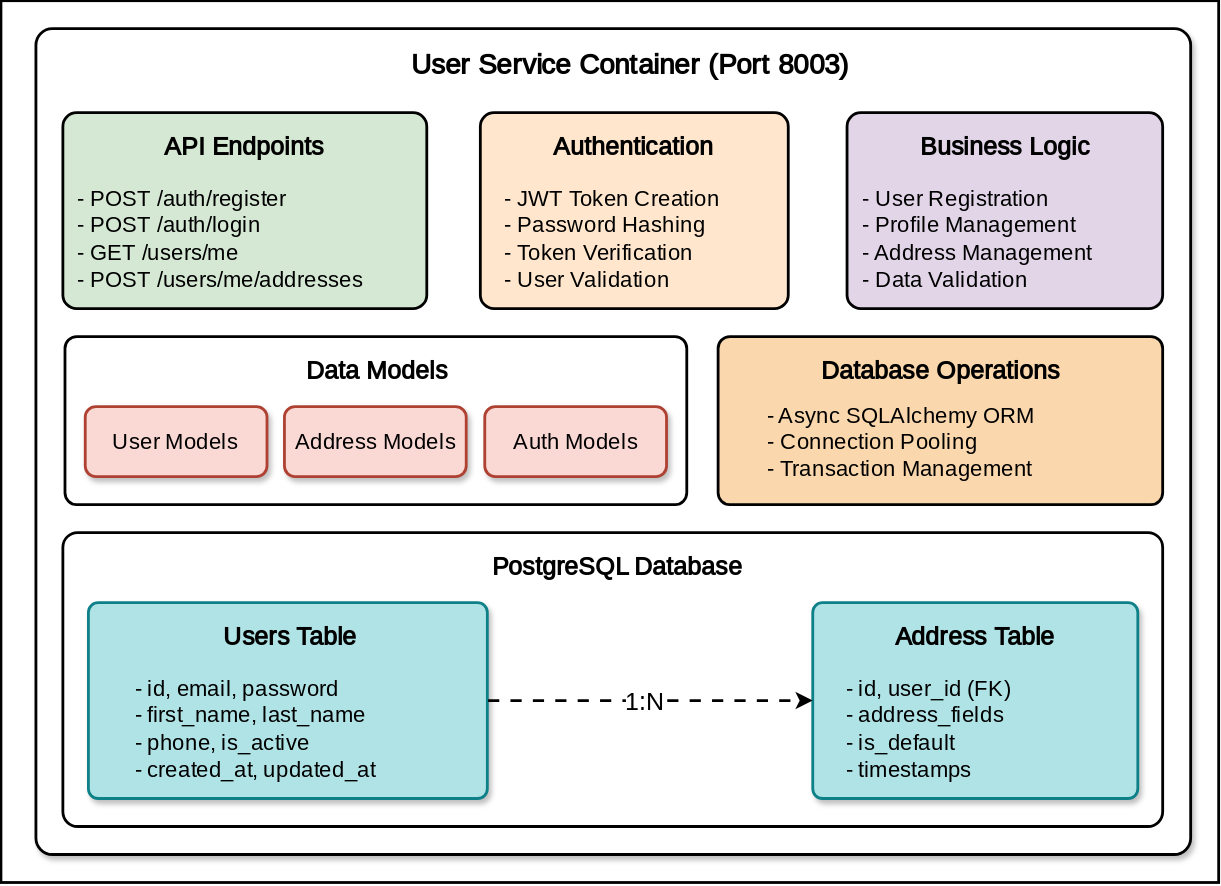
The draw.io diagram images/user-service.svg in AhnafNabil/E-commerce-Microservices, before a commit. Source tidied: cells renumbered, new cells last; positions are measured from the earlier drawing's top-left corner, leaving out a move shared by most shapes.
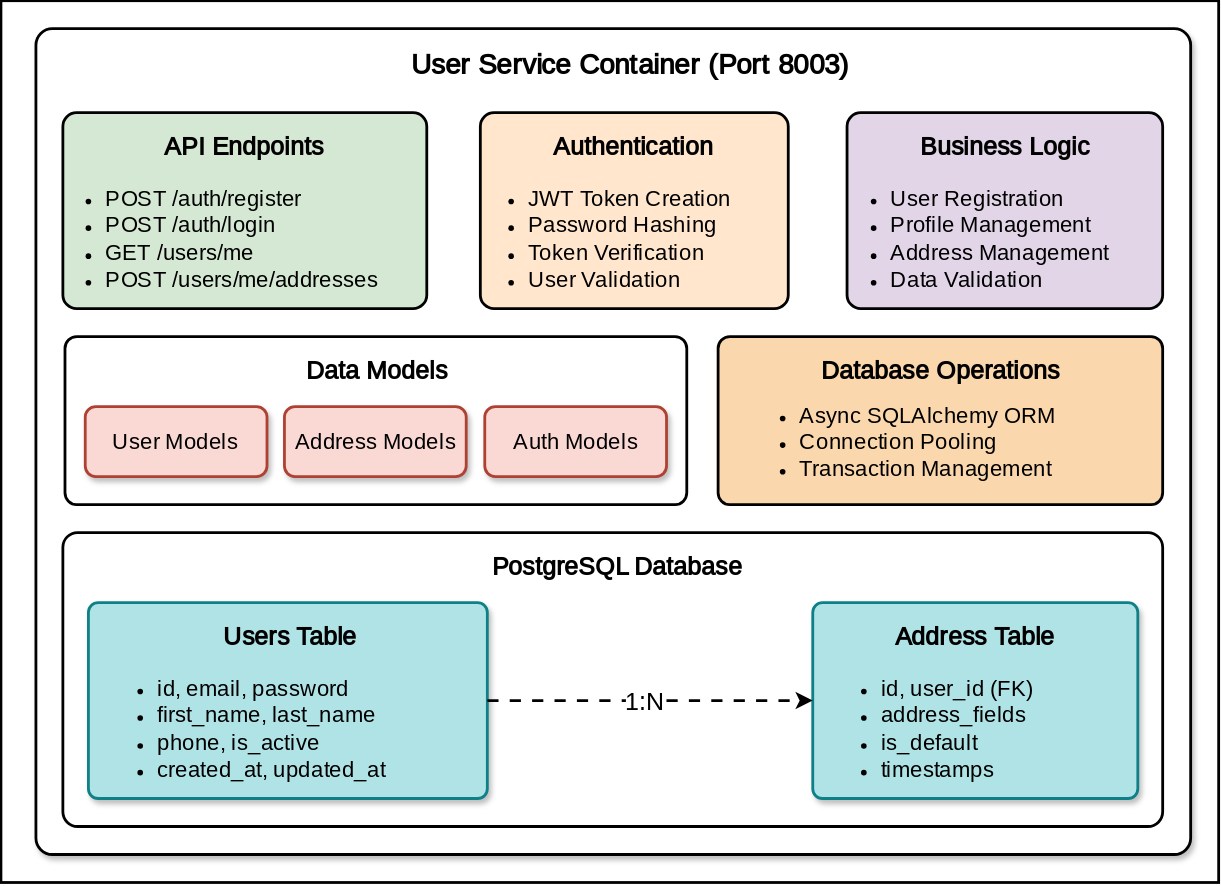
After the change.

Diff of the diagram source:
```diff
@@ -11,8 +11,8 @@
     <mxCell id="4" style="rounded=1;whiteSpace=wrap;html=1;strokeWidth=2;arcSize=7;fillColor=#d5e8d4;strokeColor=default;" parent="1" vertex="1">
       <mxGeometry x="44.2" y="80" width="260" height="140" as="geometry" />
     </mxCell>
-    <mxCell id="5" value="&lt;font style=&quot;font-size: 16px;&quot; face=&quot;Poppins&quot;&gt;- POST /auth/register&lt;/font&gt;&lt;div&gt;&lt;font style=&quot;font-size: 16px;&quot; face=&quot;Poppins&quot;&gt;- POST /auth/login&lt;/font&gt;&lt;/div&gt;&lt;div&gt;&lt;font style=&quot;font-size: 16px;&quot; face=&quot;Poppins&quot;&gt;- GET /users/me&lt;/font&gt;&lt;/div&gt;&lt;div&gt;&lt;font style=&quot;font-size: 16px;&quot; face=&quot;Poppins&quot;&gt;- POST /users/me/addresses&lt;/font&gt;&lt;/div&gt;" style="text;html=1;align=left;verticalAlign=middle;whiteSpace=wrap;rounded=0;" parent="1" vertex="1">
-      <mxGeometry x="53.1" y="130" width="251.1" height="80" as="geometry" />
+    <mxCell id="5" value="&lt;ul&gt;&lt;li&gt;&lt;font style=&quot;font-size: 16px;&quot; face=&quot;Poppins&quot;&gt;POST /auth/register&lt;/font&gt;&lt;/li&gt;&lt;li&gt;&lt;font style=&quot;font-size: 16px;&quot; face=&quot;Poppins&quot;&gt;POST /auth/login&lt;/font&gt;&lt;/li&gt;&lt;li&gt;&lt;font style=&quot;font-size: 16px;&quot; face=&quot;Poppins&quot;&gt;GET /users/me&lt;/font&gt;&lt;/li&gt;&lt;li&gt;&lt;font style=&quot;font-size: 16px;&quot; face=&quot;Poppins&quot;&gt;POST /users/me/addresses&lt;/font&gt;&lt;/li&gt;&lt;/ul&gt;" style="text;html=1;align=left;verticalAlign=middle;whiteSpace=wrap;rounded=0;" parent="1" vertex="1">
+      <mxGeometry x="33.1" y="130" width="266.9" height="80" as="geometry" />
     </mxCell>
     <mxCell id="6" value="&lt;font style=&quot;font-size: 18px;&quot; face=&quot;Poppins&quot;&gt;&lt;b&gt;API Endpoints&lt;/b&gt;&lt;/font&gt;" style="text;html=1;align=center;verticalAlign=middle;whiteSpace=wrap;rounded=0;" parent="1" vertex="1">
       <mxGeometry x="109.2" y="90" width="130" height="30" as="geometry" />
@@ -20,8 +20,8 @@
     <mxCell id="7" style="rounded=1;whiteSpace=wrap;html=1;strokeWidth=2;arcSize=7;fillColor=#ffe6cc;strokeColor=default;" parent="1" vertex="1">
       <mxGeometry x="342.5" y="80" width="220" height="140" as="geometry" />
     </mxCell>
-    <mxCell id="8" value="&lt;font style=&quot;font-size: 16px;&quot; face=&quot;Poppins&quot;&gt;- JWT Token Creation&lt;/font&gt;&lt;div&gt;&lt;font style=&quot;font-size: 16px;&quot; face=&quot;Poppins&quot;&gt;- Password Hashing&lt;/font&gt;&lt;/div&gt;&lt;div&gt;&lt;font style=&quot;font-size: 16px;&quot; face=&quot;Poppins&quot;&gt;- Token Verification&lt;/font&gt;&lt;/div&gt;&lt;div&gt;&lt;font style=&quot;font-size: 16px;&quot; face=&quot;Poppins&quot;&gt;- User Validation&lt;/font&gt;&lt;/div&gt;" style="text;html=1;align=left;verticalAlign=middle;whiteSpace=wrap;rounded=0;" parent="1" vertex="1">
-      <mxGeometry x="358.3" y="130" width="191.1" height="80" as="geometry" />
+    <mxCell id="8" value="&lt;ul&gt;&lt;li&gt;&lt;font style=&quot;font-size: 16px;&quot; face=&quot;Poppins&quot;&gt;JWT Token Creation&lt;/font&gt;&lt;/li&gt;&lt;li&gt;&lt;font style=&quot;font-size: 16px;&quot; face=&quot;Poppins&quot;&gt;Password Hashing&lt;/font&gt;&lt;/li&gt;&lt;li&gt;&lt;font style=&quot;font-size: 16px;&quot; face=&quot;Poppins&quot;&gt;Token Verification&lt;/font&gt;&lt;/li&gt;&lt;li&gt;&lt;font style=&quot;font-size: 16px;&quot; face=&quot;Poppins&quot;&gt;User Validation&lt;/font&gt;&lt;/li&gt;&lt;/ul&gt;" style="text;html=1;align=left;verticalAlign=middle;whiteSpace=wrap;rounded=0;" parent="1" vertex="1">
+      <mxGeometry x="334.8" y="130" width="211.7" height="80" as="geometry" />
     </mxCell>
     <mxCell id="9" value="&lt;font style=&quot;font-size: 18px;&quot; face=&quot;Poppins&quot;&gt;&lt;b&gt;Authentication&lt;/b&gt;&lt;/font&gt;" style="text;html=1;align=center;verticalAlign=middle;whiteSpace=wrap;rounded=0;" parent="1" vertex="1">
       <mxGeometry x="387.5" y="90" width="130" height="30" as="geometry" />
@@ -29,8 +29,8 @@
     <mxCell id="10" style="rounded=1;whiteSpace=wrap;html=1;strokeWidth=2;arcSize=7;fillColor=#e1d5e7;strokeColor=default;" parent="1" vertex="1">
       <mxGeometry x="604.5" y="80" width="225.5" height="140" as="geometry" />
     </mxCell>
-    <mxCell id="11" value="&lt;font style=&quot;font-size: 16px;&quot; face=&quot;Poppins&quot;&gt;- User Registration&lt;/font&gt;&lt;div&gt;&lt;font style=&quot;font-size: 16px;&quot; face=&quot;Poppins&quot;&gt;- Profile Management&lt;/font&gt;&lt;/div&gt;&lt;div&gt;&lt;font style=&quot;font-size: 16px;&quot; face=&quot;Poppins&quot;&gt;- Address Management&lt;/font&gt;&lt;/div&gt;&lt;div&gt;&lt;font style=&quot;font-size: 16px;&quot; face=&quot;Poppins&quot;&gt;- Data Validation&lt;/font&gt;&lt;/div&gt;" style="text;html=1;align=left;verticalAlign=middle;whiteSpace=wrap;rounded=0;" parent="1" vertex="1">
-      <mxGeometry x="613.9" y="130" width="206.6" height="80" as="geometry" />
+    <mxCell id="11" value="&lt;ul&gt;&lt;li&gt;&lt;font style=&quot;font-size: 16px;&quot; face=&quot;Poppins&quot;&gt;User Registration&lt;/font&gt;&lt;/li&gt;&lt;li&gt;&lt;font style=&quot;font-size: 16px;&quot; face=&quot;Poppins&quot;&gt;Profile Management&lt;/font&gt;&lt;/li&gt;&lt;li&gt;&lt;font style=&quot;font-size: 16px;&quot; face=&quot;Poppins&quot;&gt;Address Management&lt;/font&gt;&lt;/li&gt;&lt;li&gt;&lt;font style=&quot;font-size: 16px;&quot; face=&quot;Poppins&quot;&gt;Data Validation&lt;/font&gt;&lt;/li&gt;&lt;/ul&gt;" style="text;html=1;align=left;verticalAlign=middle;whiteSpace=wrap;rounded=0;" parent="1" vertex="1">
+      <mxGeometry x="593.9" y="130" width="226.1" height="80" as="geometry" />
     </mxCell>
     <mxCell id="12" value="&lt;font style=&quot;font-size: 18px;&quot; face=&quot;Poppins&quot;&gt;&lt;b&gt;Business Logic&lt;/b&gt;&lt;/font&gt;" style="text;html=1;align=center;verticalAlign=middle;whiteSpace=wrap;rounded=0;" parent="1" vertex="1">
       <mxGeometry x="642" y="90" width="150.5" height="30" as="geometry" />
@@ -56,8 +56,8 @@
     <mxCell id="19" value="&lt;font style=&quot;font-size: 18px;&quot; face=&quot;Poppins&quot;&gt;&lt;b&gt;Database Operations&lt;/b&gt;&lt;/font&gt;" style="text;html=1;align=center;verticalAlign=middle;whiteSpace=wrap;rounded=0;" parent="1" vertex="1">
       <mxGeometry x="571.9" y="250" width="198.6" height="30" as="geometry" />
     </mxCell>
-    <mxCell id="20" value="&lt;font style=&quot;font-size: 16px;&quot; face=&quot;Poppins&quot;&gt;- Async SQLAlchemy ORM&lt;/font&gt;&lt;div&gt;&lt;font style=&quot;font-size: 16px;&quot; face=&quot;Poppins&quot;&gt;- Connection Pooling&lt;/font&gt;&lt;/div&gt;&lt;div&gt;&lt;font style=&quot;font-size: 16px;&quot; face=&quot;Poppins&quot;&gt;- Transaction Management&lt;/font&gt;&lt;/div&gt;" style="text;html=1;align=left;verticalAlign=middle;whiteSpace=wrap;rounded=0;" parent="1" vertex="1">
-      <mxGeometry x="545.6" y="282.5" width="251.1" height="65" as="geometry" />
+    <mxCell id="20" value="&lt;ul&gt;&lt;li&gt;&lt;font style=&quot;font-size: 16px;&quot; face=&quot;Poppins&quot;&gt;Async SQLAlchemy ORM&lt;/font&gt;&lt;/li&gt;&lt;li&gt;&lt;font style=&quot;font-size: 16px;&quot; face=&quot;Poppins&quot;&gt;Connection Pooling&lt;/font&gt;&lt;/li&gt;&lt;li&gt;&lt;font style=&quot;font-size: 16px;&quot; face=&quot;Poppins&quot;&gt;Transaction Management&lt;/font&gt;&lt;/li&gt;&lt;/ul&gt;" style="text;html=1;align=left;verticalAlign=middle;whiteSpace=wrap;rounded=0;" parent="1" vertex="1">
+      <mxGeometry x="528.9" y="282.5" width="251.1" height="65" as="geometry" />
     </mxCell>
     <mxCell id="21" style="rounded=1;whiteSpace=wrap;html=1;strokeWidth=2;arcSize=5;strokeColor=default;" parent="1" vertex="1">
       <mxGeometry x="44.2" y="380" width="785.8" height="210" as="geometry" />
@@ -71,8 +71,8 @@
     <mxCell id="24" value="&lt;font style=&quot;font-size: 18px;&quot; face=&quot;Poppins&quot;&gt;&lt;b&gt;Users Table&lt;/b&gt;&lt;/font&gt;" style="text;html=1;align=center;verticalAlign=middle;whiteSpace=wrap;rounded=0;" parent="1" vertex="1">
       <mxGeometry x="142.5" y="440" width="130" height="30" as="geometry" />
     </mxCell>
-    <mxCell id="25" value="&lt;font style=&quot;font-size: 16px;&quot; face=&quot;Poppins&quot;&gt;- id, email, password&lt;/font&gt;&lt;div&gt;&lt;font style=&quot;font-size: 16px;&quot; face=&quot;Poppins&quot;&gt;- first_name, last_name&lt;/font&gt;&lt;/div&gt;&lt;div&gt;&lt;font style=&quot;font-size: 16px;&quot; face=&quot;Poppins&quot;&gt;- phone, is_active&lt;/font&gt;&lt;/div&gt;&lt;div&gt;&lt;font style=&quot;font-size: 16px;&quot; face=&quot;Poppins&quot;&gt;- created_at, updated_at&lt;/font&gt;&lt;/div&gt;" style="text;html=1;align=left;verticalAlign=middle;whiteSpace=wrap;rounded=0;" parent="1" vertex="1">
-      <mxGeometry x="94.4" y="480" width="221.1" height="80" as="geometry" />
+    <mxCell id="25" value="&lt;ul&gt;&lt;li&gt;&lt;font style=&quot;font-size: 16px;&quot; face=&quot;Poppins&quot;&gt;id, email, password&lt;/font&gt;&lt;/li&gt;&lt;li&gt;&lt;font style=&quot;font-size: 16px;&quot; face=&quot;Poppins&quot;&gt;first_name, last_name&lt;/font&gt;&lt;/li&gt;&lt;li&gt;&lt;font style=&quot;font-size: 16px;&quot; face=&quot;Poppins&quot;&gt;phone, is_active&lt;/font&gt;&lt;/li&gt;&lt;li&gt;&lt;font style=&quot;font-size: 16px;&quot; face=&quot;Poppins&quot;&gt;created_at, updated_at&lt;/font&gt;&lt;/li&gt;&lt;/ul&gt;" style="text;html=1;align=left;verticalAlign=middle;whiteSpace=wrap;rounded=0;" parent="1" vertex="1">
+      <mxGeometry x="70.1" y="480" width="255.6" height="80" as="geometry" />
     </mxCell>
     <mxCell id="26" style="rounded=1;whiteSpace=wrap;html=1;strokeWidth=2;shadow=1;arcSize=5;fillColor=#b0e3e6;strokeColor=#0e8088;" parent="1" vertex="1">
       <mxGeometry x="580" y="430" width="232.2" height="140" as="geometry" />
@@ -80,8 +80,8 @@
     <mxCell id="27" value="&lt;font style=&quot;font-size: 18px;&quot; face=&quot;Poppins&quot;&gt;&lt;b&gt;Address Table&lt;/b&gt;&lt;/font&gt;" style="text;html=1;align=center;verticalAlign=middle;whiteSpace=wrap;rounded=0;" parent="1" vertex="1">
       <mxGeometry x="631.1" y="440" width="130" height="30" as="geometry" />
     </mxCell>
-    <mxCell id="28" value="&lt;font style=&quot;font-size: 16px;&quot; face=&quot;Poppins&quot;&gt;- id, user_id (FK)&lt;/font&gt;&lt;div&gt;&lt;font style=&quot;font-size: 16px;&quot; face=&quot;Poppins&quot;&gt;- address_fields&lt;/font&gt;&lt;/div&gt;&lt;div&gt;&lt;font style=&quot;font-size: 16px;&quot; face=&quot;Poppins&quot;&gt;- is_default&lt;/font&gt;&lt;/div&gt;&lt;div&gt;&lt;font style=&quot;font-size: 16px;&quot; face=&quot;Poppins&quot;&gt;- timestamps&lt;/font&gt;&lt;/div&gt;" style="text;html=1;align=left;verticalAlign=middle;whiteSpace=wrap;rounded=0;" parent="1" vertex="1">
-      <mxGeometry x="601.6" y="480" width="190.6" height="80" as="geometry" />
+    <mxCell id="28" value="&lt;ul&gt;&lt;li&gt;&lt;font style=&quot;font-size: 16px;&quot; face=&quot;Poppins&quot;&gt;id, user_id (FK)&lt;/font&gt;&lt;/li&gt;&lt;li&gt;&lt;font style=&quot;font-size: 16px;&quot; face=&quot;Poppins&quot;&gt;address_fields&lt;/font&gt;&lt;/li&gt;&lt;li&gt;&lt;font style=&quot;font-size: 16px;&quot; face=&quot;Poppins&quot;&gt;is_default&lt;/font&gt;&lt;/li&gt;&lt;li&gt;&lt;font style=&quot;font-size: 16px;&quot; face=&quot;Poppins&quot;&gt;timestamps&lt;/font&gt;&lt;/li&gt;&lt;/ul&gt;" style="text;html=1;align=left;verticalAlign=middle;whiteSpace=wrap;rounded=0;" parent="1" vertex="1">
+      <mxGeometry x="586.5" y="480" width="190.6" height="80" as="geometry" />
     </mxCell>
     <mxCell id="29" style="endArrow=classic;html=1;rounded=0;exitX=1;exitY=0.5;exitDx=0;exitDy=0;entryX=0;entryY=0.5;entryDx=0;entryDy=0;strokeWidth=2;flowAnimation=1;" parent="1" edge="1" source="23" target="26">
       <mxGeometry relative="1" as="geometry" />
```
